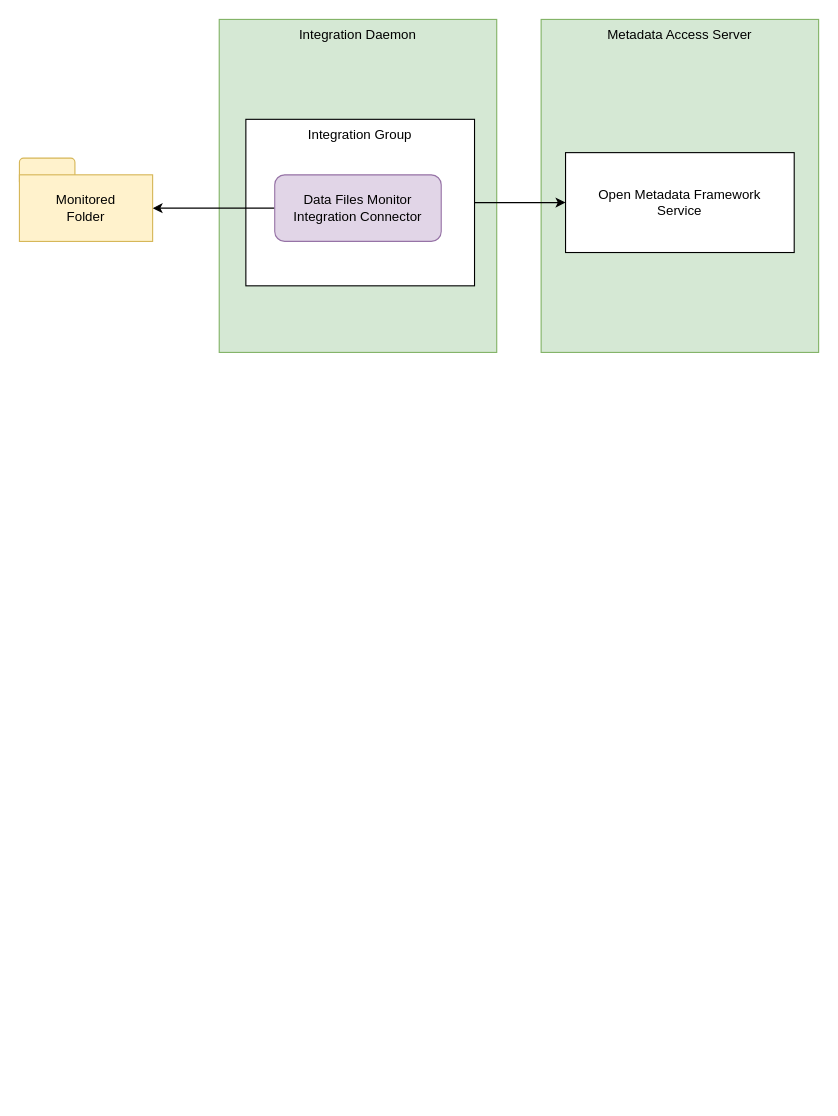
The draw.io diagram page "data-files-monitor-integration-connector" (1 of 3) of open-metadata-implementation/adapters/open-connectors/integration-connectors/files-integration-connectors/docs/files-integration-connector.drawio in coolbluemeta/egeria, before the edit. Source tidied: cells renumbered, new cells numbered last; positions are measured from the earlier drawing's top-left corner, leaving out a move shared by most shapes. Both pictures are drawn from the tidied source at 111%, with x=0, y=0 at pixel (19, 19).
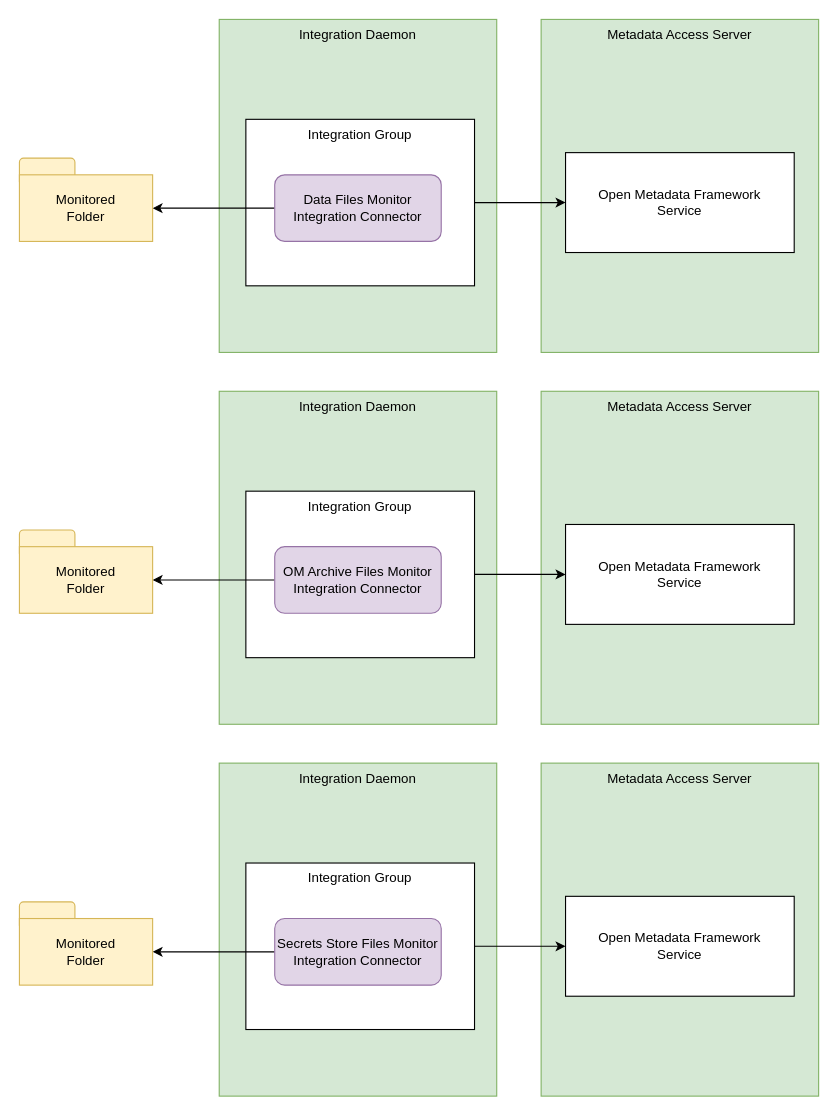
After the change.

The edit, as a diff of the source:
```diff
@@
+    <mxCell id="11" value="Integration Daemon" style="rounded=0;whiteSpace=wrap;html=1;verticalAlign=top;fillColor=#d5e8d4;strokeColor=#82b366;" parent="1" vertex="1">
+      <mxGeometry x="180" y="335" width="250" height="300" as="geometry" />
+    </mxCell>
+    <mxCell id="12" value="Integration Group" style="rounded=0;whiteSpace=wrap;html=1;verticalAlign=top;" parent="1" vertex="1">
+      <mxGeometry x="204" y="425" width="206" height="150" as="geometry" />
+    </mxCell>
+    <mxCell id="13" style="edgeStyle=orthogonalEdgeStyle;rounded=0;jettySize=auto;html=1;exitX=0;exitY=0.5;exitDx=0;exitDy=0;" parent="1" edge="1" source="14" target="16">
+      <mxGeometry relative="1" as="geometry" />
+    </mxCell>
+    <mxCell id="14" value="OM Archive Files Monitor&lt;br&gt;Integration Connector" style="rounded=1;whiteSpace=wrap;html=1;fillColor=#e1d5e7;strokeColor=#9673a6;" parent="1" vertex="1">
+      <mxGeometry x="230" y="475" width="150" height="60" as="geometry" />
+    </mxCell>
+    <mxCell id="15" style="rounded=1;whiteSpace=wrap;html=1;fillColor=#fff2cc;strokeColor=#d6b656;" parent="1" vertex="1">
+      <mxGeometry y="460" width="50" height="25" as="geometry" />
+    </mxCell>
+    <mxCell id="16" value="Monitored&lt;br&gt;Folder" style="rounded=0;whiteSpace=wrap;html=1;fillColor=#fff2cc;strokeColor=#d6b656;" parent="1" vertex="1">
+      <mxGeometry y="475" width="120" height="60" as="geometry" />
+    </mxCell>
+    <mxCell id="17" value="Metadata Access Server" style="rounded=0;whiteSpace=wrap;html=1;verticalAlign=top;fillColor=#d5e8d4;strokeColor=#82b366;" parent="1" vertex="1">
+      <mxGeometry x="470" y="335" width="250" height="300" as="geometry" />
+    </mxCell>
+    <mxCell id="18" style="edgeStyle=orthogonalEdgeStyle;rounded=0;jettySize=auto;html=1;entryX=0;entryY=0.5;entryDx=0;entryDy=0;" parent="1" edge="1" source="12">
+      <mxGeometry relative="1" as="geometry">
+        <mxPoint x="492" y="500" as="targetPoint" />
+      </mxGeometry>
+    </mxCell>
+    <mxCell id="19" value="Open Metadata Framework&lt;div&gt;Service&lt;/div&gt;" style="rounded=0;whiteSpace=wrap;html=1;verticalAlign=middle;" parent="1" vertex="1">
+      <mxGeometry x="492" y="455" width="206" height="90" as="geometry" />
+    </mxCell>
+    <mxCell id="20" value="Integration Daemon" style="rounded=0;whiteSpace=wrap;html=1;verticalAlign=top;fillColor=#d5e8d4;strokeColor=#82b366;" parent="1" vertex="1">
+      <mxGeometry x="180" y="670" width="250" height="300" as="geometry" />
+    </mxCell>
+    <mxCell id="21" value="Integration Group" style="rounded=0;whiteSpace=wrap;html=1;verticalAlign=top;" parent="1" vertex="1">
+      <mxGeometry x="204" y="760" width="206" height="150" as="geometry" />
+    </mxCell>
+    <mxCell id="22" style="edgeStyle=orthogonalEdgeStyle;rounded=0;jettySize=auto;html=1;exitX=0;exitY=0.5;exitDx=0;exitDy=0;" parent="1" edge="1" source="23" target="25">
+      <mxGeometry relative="1" as="geometry" />
+    </mxCell>
+    <mxCell id="23" value="Secrets Store Files Monitor&lt;br&gt;Integration Connector" style="rounded=1;whiteSpace=wrap;html=1;fillColor=#e1d5e7;strokeColor=#9673a6;" parent="1" vertex="1">
+      <mxGeometry x="230" y="810" width="150" height="60" as="geometry" />
+    </mxCell>
+    <mxCell id="24" style="rounded=1;whiteSpace=wrap;html=1;fillColor=#fff2cc;strokeColor=#d6b656;" parent="1" vertex="1">
+      <mxGeometry y="795" width="50" height="25" as="geometry" />
+    </mxCell>
+    <mxCell id="25" value="Monitored&lt;br&gt;Folder" style="rounded=0;whiteSpace=wrap;html=1;fillColor=#fff2cc;strokeColor=#d6b656;" parent="1" vertex="1">
+      <mxGeometry y="810" width="120" height="60" as="geometry" />
+    </mxCell>
+    <mxCell id="26" value="Metadata Access Server" style="rounded=0;whiteSpace=wrap;html=1;verticalAlign=top;fillColor=#d5e8d4;strokeColor=#82b366;" parent="1" vertex="1">
+      <mxGeometry x="470" y="670" width="250" height="300" as="geometry" />
+    </mxCell>
+    <mxCell id="27" style="edgeStyle=orthogonalEdgeStyle;rounded=0;jettySize=auto;html=1;entryX=0;entryY=0.5;entryDx=0;entryDy=0;" parent="1" edge="1" source="21">
+      <mxGeometry relative="1" as="geometry">
+        <mxPoint x="492" y="835" as="targetPoint" />
+      </mxGeometry>
+    </mxCell>
+    <mxCell id="28" value="Open Metadata Framework&lt;div&gt;Service&lt;/div&gt;" style="rounded=0;whiteSpace=wrap;html=1;verticalAlign=middle;" parent="1" vertex="1">
+      <mxGeometry x="492" y="790" width="206" height="90" as="geometry" />
+    </mxCell>
```
